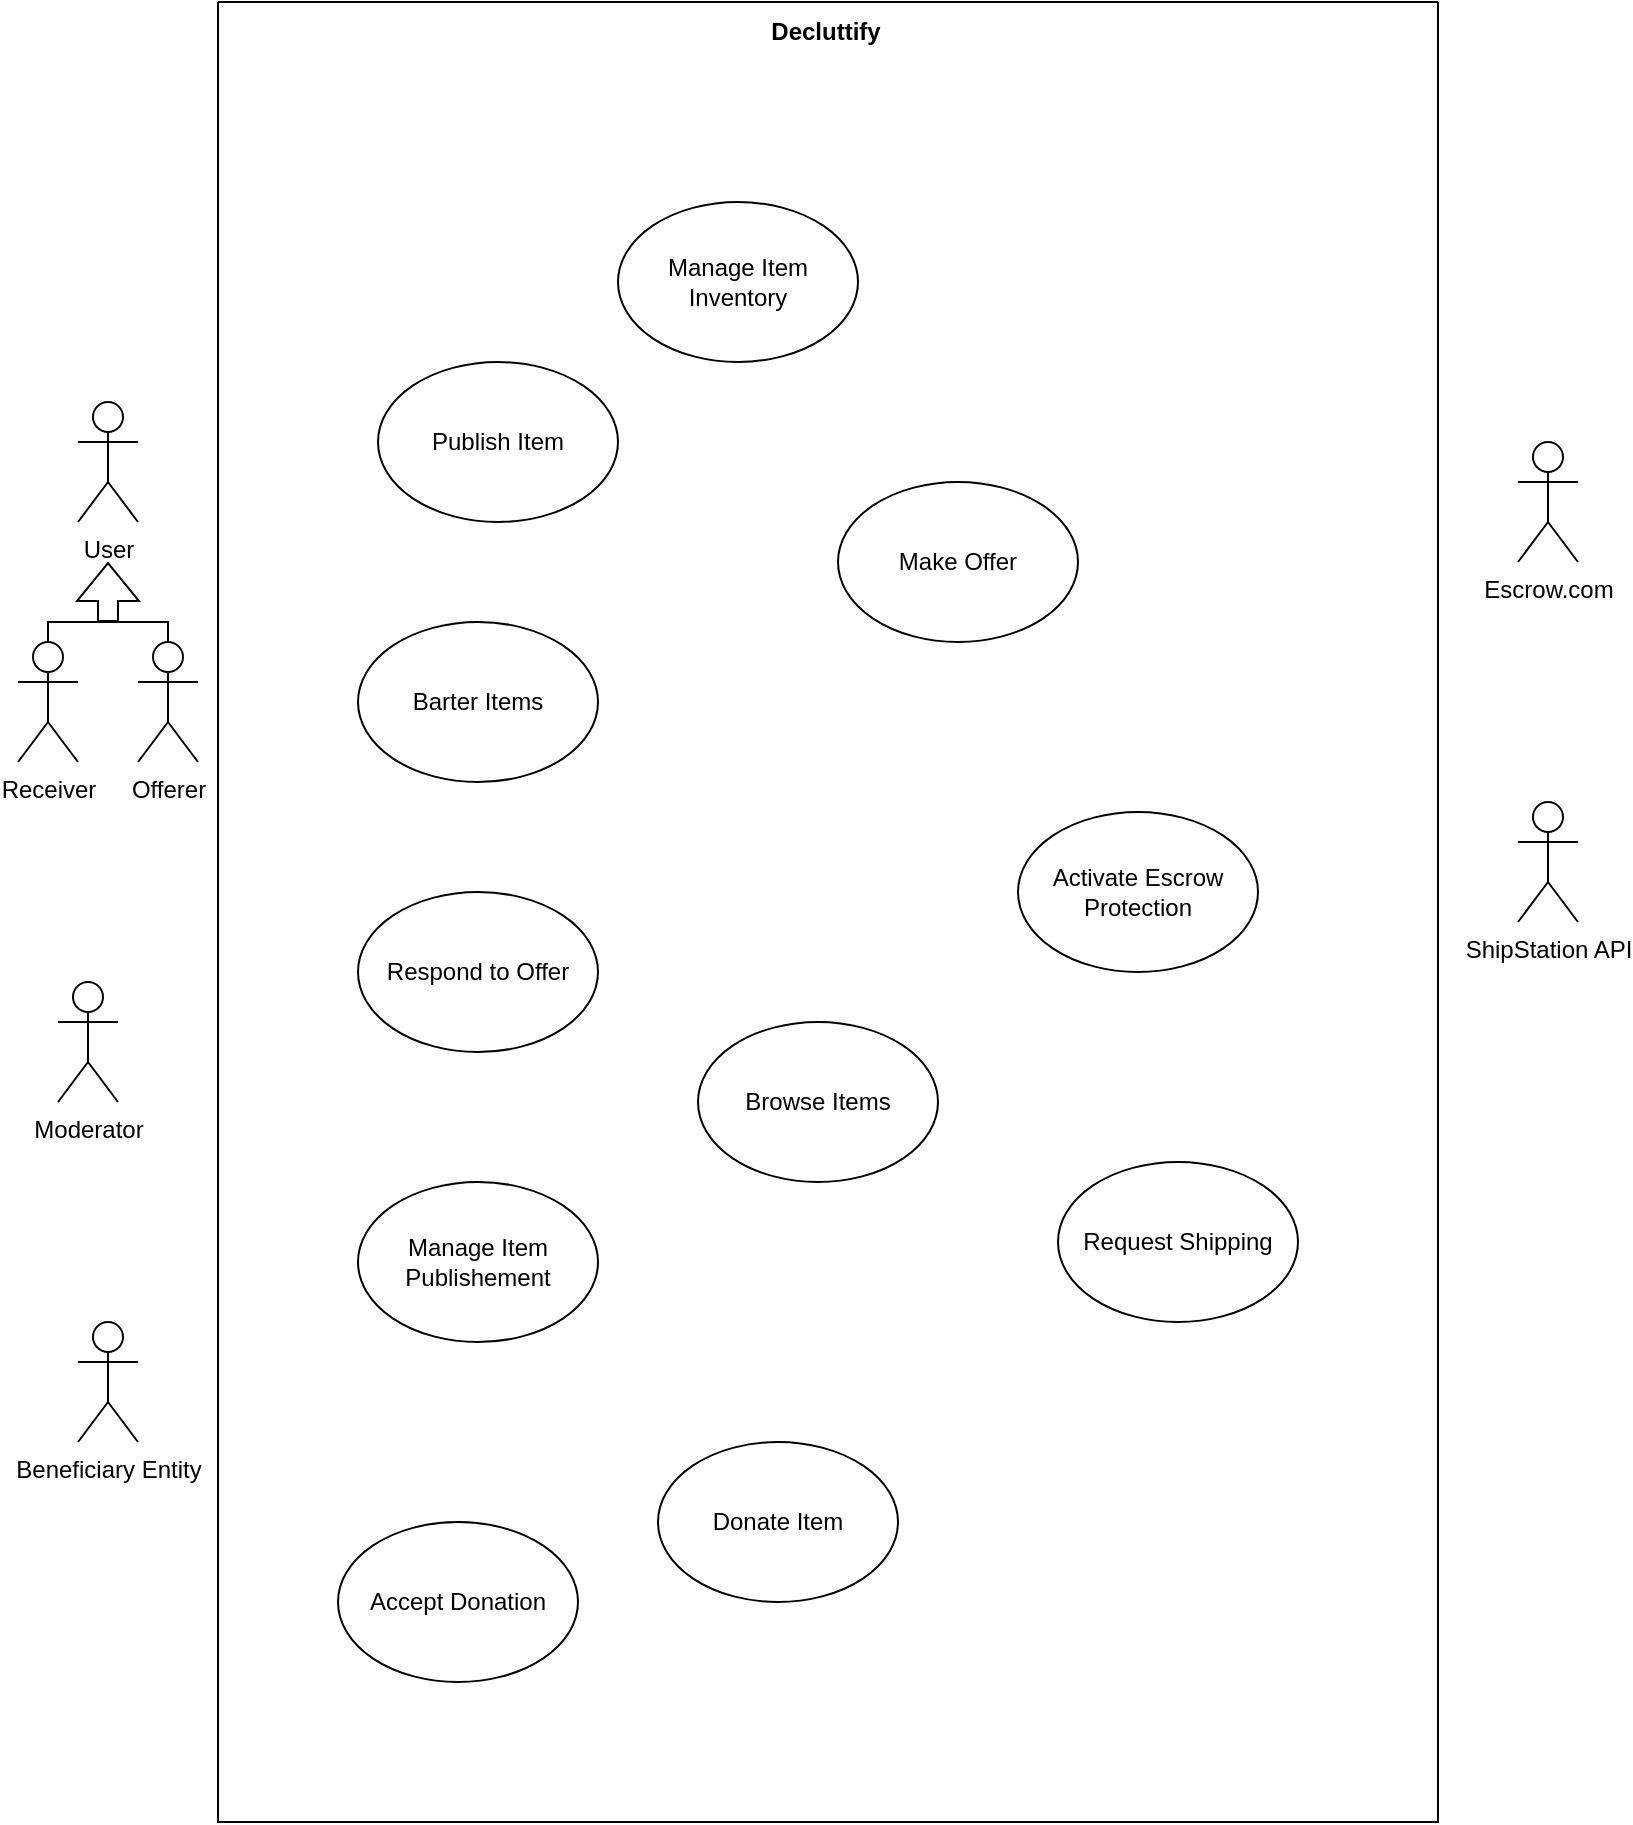
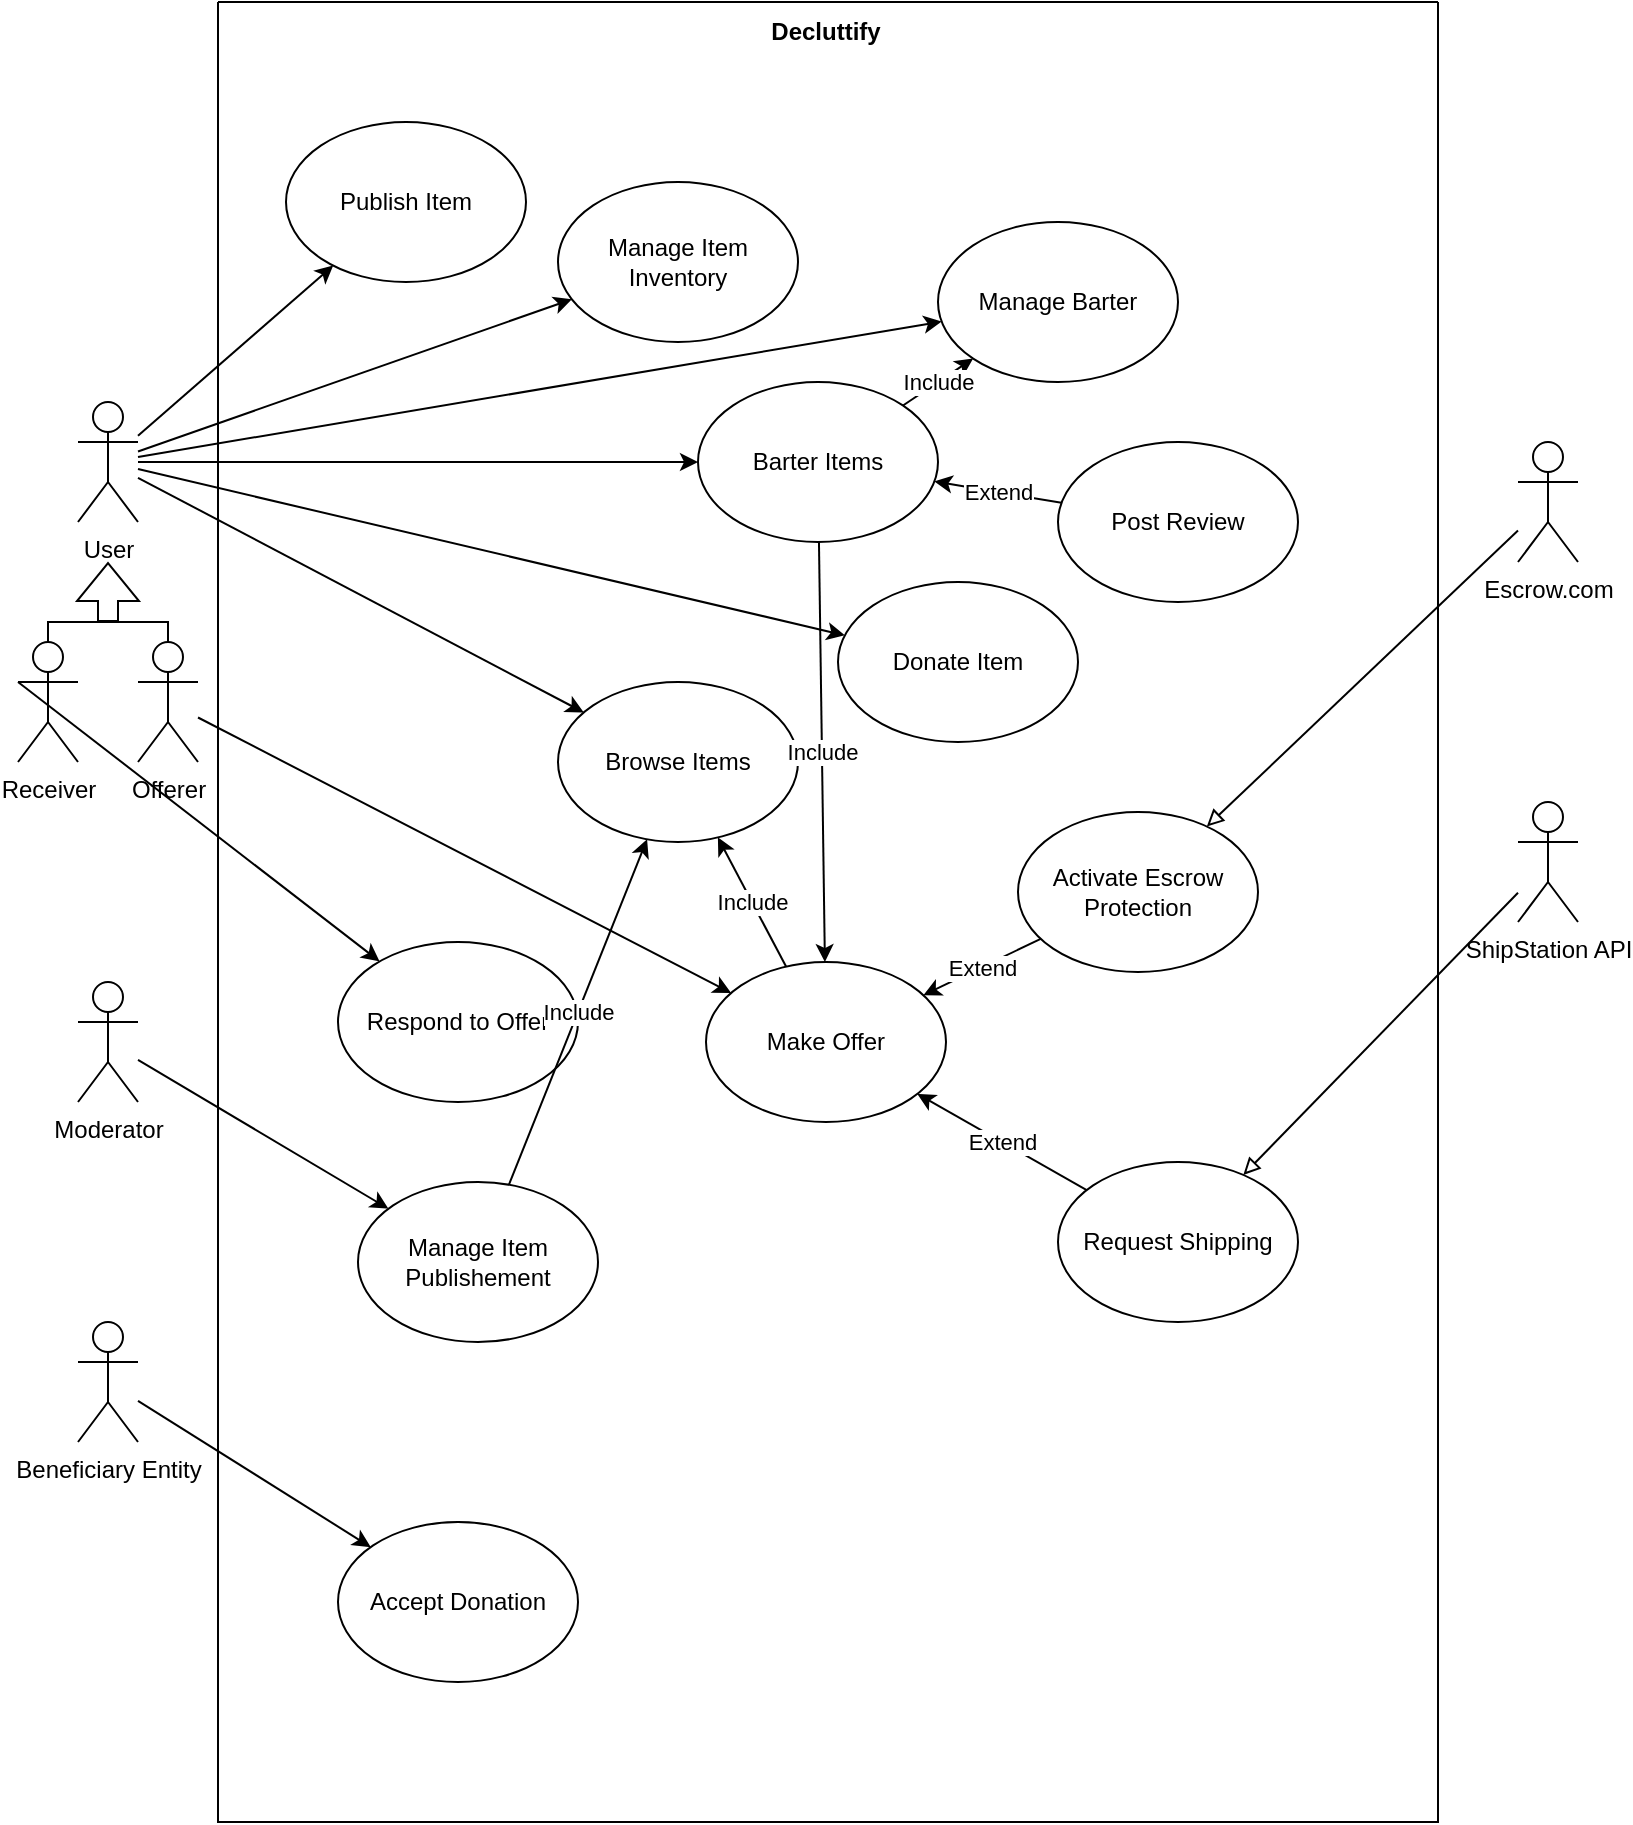
<mxfile host="app.diagrams.net">
  <diagram name="Pagina-1" id="lBEZxqTGqjM1sgic3xvy">
    <mxGraphModel dx="2000" dy="1138" grid="1" gridSize="10" guides="1" tooltips="1" connect="1" arrows="1" fold="1" page="1" pageScale="1" pageWidth="827" pageHeight="1169" math="0" shadow="0">
      <root>
        <mxCell id="0" />
        <mxCell id="1" parent="0" />
        <mxCell id="J09ckFeXd-orHBUEzoB2-1" parent="1" style="swimlane;startSize=0;" value="" vertex="1">
          <mxGeometry height="910" width="610" x="110" y="140" as="geometry" />
        </mxCell>
        <mxCell id="J09ckFeXd-orHBUEzoB2-2" parent="J09ckFeXd-orHBUEzoB2-1" style="text;html=1;whiteSpace=wrap;strokeColor=none;fillColor=none;align=center;verticalAlign=middle;rounded=0;" value="&lt;b&gt;Decluttify&lt;/b&gt;" vertex="1">
          <mxGeometry height="30" width="60" x="274" as="geometry" />
        </mxCell>
        <mxCell id="J09ckFeXd-orHBUEzoB2-8" parent="J09ckFeXd-orHBUEzoB2-1" style="ellipse;whiteSpace=wrap;html=1;" value="Barter Items" vertex="1">
-           <mxGeometry height="80" width="120" x="70" y="310" as="geometry" />
+           <mxGeometry height="80" width="120" x="240" y="190" as="geometry" />
        </mxCell>
        <mxCell id="J09ckFeXd-orHBUEzoB2-9" parent="J09ckFeXd-orHBUEzoB2-1" style="ellipse;whiteSpace=wrap;html=1;" value="Publish Item" vertex="1">
-           <mxGeometry height="80" width="120" x="80" y="180" as="geometry" />
+           <mxGeometry height="80" width="120" x="34" y="60" as="geometry" />
        </mxCell>
        <mxCell id="J09ckFeXd-orHBUEzoB2-10" parent="J09ckFeXd-orHBUEzoB2-1" style="ellipse;whiteSpace=wrap;html=1;" value="Respond to Offer" vertex="1">
-           <mxGeometry height="80" width="120" x="70" y="445" as="geometry" />
+           <mxGeometry height="80" width="120" x="60" y="470" as="geometry" />
        </mxCell>
        <mxCell id="J09ckFeXd-orHBUEzoB2-17" parent="J09ckFeXd-orHBUEzoB2-1" style="ellipse;whiteSpace=wrap;html=1;" value="Manage Item Publishement" vertex="1">
          <mxGeometry height="80" width="120" x="70" y="590" as="geometry" />
        </mxCell>
        <mxCell id="J09ckFeXd-orHBUEzoB2-18" parent="J09ckFeXd-orHBUEzoB2-1" style="ellipse;whiteSpace=wrap;html=1;" value="Request Shipping" vertex="1">
          <mxGeometry height="80" width="120" x="420" y="580" as="geometry" />
        </mxCell>
        <mxCell id="J09ckFeXd-orHBUEzoB2-12" parent="J09ckFeXd-orHBUEzoB2-1" style="ellipse;whiteSpace=wrap;html=1;" value="Activate Escrow Protection" vertex="1">
          <mxGeometry height="80" width="120" x="400" y="405" as="geometry" />
        </mxCell>
-         <mxCell id="J09ckFeXd-orHBUEzoB2-19" parent="J09ckFeXd-orHBUEzoB2-1" style="ellipse;whiteSpace=wrap;html=1;" value="Browse Items" vertex="1">
-           <mxGeometry height="80" width="120" x="240" y="510" as="geometry" />
-         </mxCell>
        <mxCell id="J09ckFeXd-orHBUEzoB2-30" parent="J09ckFeXd-orHBUEzoB2-1" style="ellipse;whiteSpace=wrap;html=1;" value="Accept Donation" vertex="1">
          <mxGeometry height="80" width="120" x="60" y="760" as="geometry" />
        </mxCell>
        <mxCell id="J09ckFeXd-orHBUEzoB2-29" parent="J09ckFeXd-orHBUEzoB2-1" style="ellipse;whiteSpace=wrap;html=1;" value="Donate Item" vertex="1">
-           <mxGeometry height="80" width="120" x="220" y="720" as="geometry" />
+           <mxGeometry height="80" width="120" x="310" y="290" as="geometry" />
        </mxCell>
        <mxCell id="J09ckFeXd-orHBUEzoB2-31" parent="J09ckFeXd-orHBUEzoB2-1" style="ellipse;whiteSpace=wrap;html=1;" value="Manage Item Inventory" vertex="1">
-           <mxGeometry height="80" width="120" x="200" y="100" as="geometry" />
+           <mxGeometry height="80" width="120" x="170" y="90" as="geometry" />
+         </mxCell>
+         <mxCell id="J09ckFeXd-orHBUEzoB2-11" parent="J09ckFeXd-orHBUEzoB2-1" style="ellipse;whiteSpace=wrap;html=1;" value="Make Offer" vertex="1">
+           <mxGeometry height="80" width="120" x="244" y="480" as="geometry" />
+         </mxCell>
+         <mxCell id="J09ckFeXd-orHBUEzoB2-32" parent="J09ckFeXd-orHBUEzoB2-1" style="ellipse;whiteSpace=wrap;html=1;" value="Manage Barter" vertex="1">
+           <mxGeometry height="80" width="120" x="360" y="110" as="geometry" />
+         </mxCell>
+         <mxCell id="J09ckFeXd-orHBUEzoB2-19" parent="J09ckFeXd-orHBUEzoB2-1" style="ellipse;whiteSpace=wrap;html=1;" value="Browse Items" vertex="1">
+           <mxGeometry height="80" width="120" x="170" y="340" as="geometry" />
+         </mxCell>
+         <mxCell id="J09ckFeXd-orHBUEzoB2-49" edge="1" parent="J09ckFeXd-orHBUEzoB2-1" source="J09ckFeXd-orHBUEzoB2-17" style="endArrow=classic;html=1;rounded=0;" target="J09ckFeXd-orHBUEzoB2-19" value="">
+           <mxGeometry relative="1" as="geometry">
+             <mxPoint x="60" y="500" as="sourcePoint" />
+             <mxPoint x="160" y="500" as="targetPoint" />
+           </mxGeometry>
+         </mxCell>
+         <mxCell id="J09ckFeXd-orHBUEzoB2-50" connectable="0" parent="J09ckFeXd-orHBUEzoB2-49" style="edgeLabel;resizable=0;html=1;;align=center;verticalAlign=middle;" value="Include" vertex="1">
+           <mxGeometry relative="1" as="geometry" />
+         </mxCell>
+         <mxCell id="J09ckFeXd-orHBUEzoB2-54" edge="1" parent="J09ckFeXd-orHBUEzoB2-1" source="J09ckFeXd-orHBUEzoB2-11" style="endArrow=classic;html=1;rounded=0;" target="J09ckFeXd-orHBUEzoB2-19" value="">
+           <mxGeometry relative="1" as="geometry">
+             <mxPoint x="330" y="852" as="sourcePoint" />
+             <mxPoint x="400" y="680" as="targetPoint" />
+           </mxGeometry>
+         </mxCell>
+         <mxCell id="J09ckFeXd-orHBUEzoB2-55" connectable="0" parent="J09ckFeXd-orHBUEzoB2-54" style="edgeLabel;resizable=0;html=1;;align=center;verticalAlign=middle;" value="Include" vertex="1">
+           <mxGeometry relative="1" as="geometry" />
+         </mxCell>
+         <mxCell id="J09ckFeXd-orHBUEzoB2-56" edge="1" parent="J09ckFeXd-orHBUEzoB2-1" source="J09ckFeXd-orHBUEzoB2-8" style="endArrow=classic;html=1;rounded=0;" target="J09ckFeXd-orHBUEzoB2-11" value="">
+           <mxGeometry relative="1" as="geometry">
+             <mxPoint x="280" y="912" as="sourcePoint" />
+             <mxPoint x="350" y="740" as="targetPoint" />
+           </mxGeometry>
+         </mxCell>
+         <mxCell id="J09ckFeXd-orHBUEzoB2-57" connectable="0" parent="J09ckFeXd-orHBUEzoB2-56" style="edgeLabel;resizable=0;html=1;;align=center;verticalAlign=middle;" value="Include" vertex="1">
+           <mxGeometry relative="1" as="geometry" />
+         </mxCell>
+         <mxCell id="J09ckFeXd-orHBUEzoB2-58" edge="1" parent="J09ckFeXd-orHBUEzoB2-1" source="J09ckFeXd-orHBUEzoB2-12" style="endArrow=classic;html=1;rounded=0;" target="J09ckFeXd-orHBUEzoB2-11" value="">
+           <mxGeometry relative="1" as="geometry">
+             <mxPoint x="350" y="962" as="sourcePoint" />
+             <mxPoint x="420" y="790" as="targetPoint" />
+           </mxGeometry>
+         </mxCell>
+         <mxCell id="J09ckFeXd-orHBUEzoB2-59" connectable="0" parent="J09ckFeXd-orHBUEzoB2-58" style="edgeLabel;resizable=0;html=1;;align=center;verticalAlign=middle;" value="Extend" vertex="1">
+           <mxGeometry relative="1" as="geometry" />
+         </mxCell>
+         <mxCell id="J09ckFeXd-orHBUEzoB2-61" edge="1" parent="J09ckFeXd-orHBUEzoB2-1" source="J09ckFeXd-orHBUEzoB2-18" style="endArrow=classic;html=1;rounded=0;" target="J09ckFeXd-orHBUEzoB2-11" value="">
+           <mxGeometry relative="1" as="geometry">
+             <mxPoint x="340" y="862" as="sourcePoint" />
+             <mxPoint x="410" y="690" as="targetPoint" />
+           </mxGeometry>
+         </mxCell>
+         <mxCell id="J09ckFeXd-orHBUEzoB2-62" connectable="0" parent="J09ckFeXd-orHBUEzoB2-61" style="edgeLabel;resizable=0;html=1;;align=center;verticalAlign=middle;" value="Extend" vertex="1">
+           <mxGeometry relative="1" as="geometry" />
+         </mxCell>
+         <mxCell id="J09ckFeXd-orHBUEzoB2-63" parent="J09ckFeXd-orHBUEzoB2-1" style="ellipse;whiteSpace=wrap;html=1;" value="Post Review" vertex="1">
+           <mxGeometry height="80" width="120" x="420" y="220" as="geometry" />
+         </mxCell>
+         <mxCell id="J09ckFeXd-orHBUEzoB2-64" edge="1" parent="J09ckFeXd-orHBUEzoB2-1" source="J09ckFeXd-orHBUEzoB2-63" style="endArrow=classic;html=1;rounded=0;" target="J09ckFeXd-orHBUEzoB2-8" value="">
+           <mxGeometry relative="1" as="geometry">
+             <mxPoint x="414" y="818" as="sourcePoint" />
+             <mxPoint x="330" y="770" as="targetPoint" />
+           </mxGeometry>
+         </mxCell>
+         <mxCell id="J09ckFeXd-orHBUEzoB2-65" connectable="0" parent="J09ckFeXd-orHBUEzoB2-64" style="edgeLabel;resizable=0;html=1;;align=center;verticalAlign=middle;" value="Extend" vertex="1">
+           <mxGeometry relative="1" as="geometry" />
+         </mxCell>
+         <mxCell id="J09ckFeXd-orHBUEzoB2-66" edge="1" parent="J09ckFeXd-orHBUEzoB2-1" source="J09ckFeXd-orHBUEzoB2-8" style="endArrow=classic;html=1;rounded=0;" target="J09ckFeXd-orHBUEzoB2-32" value="">
+           <mxGeometry relative="1" as="geometry">
+             <mxPoint x="310" y="710" as="sourcePoint" />
+             <mxPoint x="313" y="920" as="targetPoint" />
+           </mxGeometry>
+         </mxCell>
+         <mxCell id="J09ckFeXd-orHBUEzoB2-67" connectable="0" parent="J09ckFeXd-orHBUEzoB2-66" style="edgeLabel;resizable=0;html=1;;align=center;verticalAlign=middle;" value="Include" vertex="1">
+           <mxGeometry relative="1" as="geometry" />
        </mxCell>
        <mxCell id="J09ckFeXd-orHBUEzoB2-3" parent="1" style="shape=umlActor;verticalLabelPosition=bottom;verticalAlign=top;html=1;outlineConnect=0;" value="User" vertex="1">
          <mxGeometry height="60" width="30" x="40" y="340" as="geometry" />
        </mxCell>
        <mxCell id="J09ckFeXd-orHBUEzoB2-4" parent="1" style="shape=umlActor;verticalLabelPosition=bottom;verticalAlign=top;html=1;outlineConnect=0;" value="Receiver" vertex="1">
          <mxGeometry height="60" width="30" x="10" y="460" as="geometry" />
        </mxCell>
        <mxCell id="J09ckFeXd-orHBUEzoB2-5" parent="1" style="shape=umlActor;verticalLabelPosition=bottom;verticalAlign=top;html=1;outlineConnect=0;" value="Offerer" vertex="1">
          <mxGeometry height="60" width="30" x="70" y="460" as="geometry" />
        </mxCell>
        <mxCell id="J09ckFeXd-orHBUEzoB2-6" edge="1" parent="1" style="shape=flexArrow;endArrow=classic;html=1;rounded=0;" value="">
          <mxGeometry height="50" relative="1" width="50" as="geometry">
            <mxPoint x="55" y="450" as="sourcePoint" />
            <mxPoint x="55" y="420" as="targetPoint" />
          </mxGeometry>
        </mxCell>
        <mxCell id="J09ckFeXd-orHBUEzoB2-7" edge="1" parent="1" source="J09ckFeXd-orHBUEzoB2-4" style="endArrow=none;html=1;rounded=0;" target="J09ckFeXd-orHBUEzoB2-5" value="">
          <mxGeometry height="50" relative="1" width="50" as="geometry">
            <Array as="points">
              <mxPoint x="25" y="450" />
              <mxPoint x="60" y="450" />
              <mxPoint x="85" y="450" />
            </Array>
            <mxPoint x="30" y="450" as="sourcePoint" />
            <mxPoint x="80" y="450" as="targetPoint" />
          </mxGeometry>
        </mxCell>
-         <mxCell id="J09ckFeXd-orHBUEzoB2-11" parent="1" style="ellipse;whiteSpace=wrap;html=1;" value="Make Offer" vertex="1">
-           <mxGeometry height="80" width="120" x="420" y="380" as="geometry" />
-         </mxCell>
        <mxCell id="J09ckFeXd-orHBUEzoB2-13" parent="1" style="shape=umlActor;verticalLabelPosition=bottom;verticalAlign=top;html=1;outlineConnect=0;" value="Escrow.com" vertex="1">
          <mxGeometry height="60" width="30" x="760" y="360" as="geometry" />
        </mxCell>
        <mxCell id="J09ckFeXd-orHBUEzoB2-14" parent="1" style="shape=umlActor;verticalLabelPosition=bottom;verticalAlign=top;html=1;outlineConnect=0;" value="ShipStation API" vertex="1">
          <mxGeometry height="60" width="30" x="760" y="540" as="geometry" />
        </mxCell>
        <mxCell id="J09ckFeXd-orHBUEzoB2-15" parent="1" style="shape=umlActor;verticalLabelPosition=bottom;verticalAlign=top;html=1;outlineConnect=0;" value="Moderator" vertex="1">
-           <mxGeometry height="60" width="30" x="30" y="630" as="geometry" />
+           <mxGeometry height="60" width="30" x="40" y="630" as="geometry" />
        </mxCell>
        <mxCell id="J09ckFeXd-orHBUEzoB2-16" parent="1" style="shape=umlActor;verticalLabelPosition=bottom;verticalAlign=top;html=1;outlineConnect=0;" value="Beneficiary Entity" vertex="1">
          <mxGeometry height="60" width="30" x="40" y="800" as="geometry" />
+         </mxCell>
+         <mxCell id="J09ckFeXd-orHBUEzoB2-35" edge="1" parent="1" source="J09ckFeXd-orHBUEzoB2-3" style="endArrow=classic;html=1;rounded=0;" target="J09ckFeXd-orHBUEzoB2-8" value="">
+           <mxGeometry height="50" relative="1" width="50" as="geometry">
+             <mxPoint x="190" y="670" as="sourcePoint" />
+             <mxPoint x="240" y="620" as="targetPoint" />
+           </mxGeometry>
+         </mxCell>
+         <mxCell id="J09ckFeXd-orHBUEzoB2-36" edge="1" parent="1" source="J09ckFeXd-orHBUEzoB2-14" style="endArrow=block;html=1;rounded=0;endFill=0;" target="J09ckFeXd-orHBUEzoB2-18" value="">
+           <mxGeometry height="50" relative="1" width="50" as="geometry">
+             <mxPoint x="190" y="670" as="sourcePoint" />
+             <mxPoint x="240" y="620" as="targetPoint" />
+           </mxGeometry>
+         </mxCell>
+         <mxCell id="J09ckFeXd-orHBUEzoB2-37" edge="1" parent="1" source="J09ckFeXd-orHBUEzoB2-13" style="endArrow=block;html=1;rounded=0;endFill=0;" target="J09ckFeXd-orHBUEzoB2-12" value="">
+           <mxGeometry height="50" relative="1" width="50" as="geometry">
+             <mxPoint x="190" y="670" as="sourcePoint" />
+             <mxPoint x="240" y="620" as="targetPoint" />
+           </mxGeometry>
+         </mxCell>
+         <mxCell id="J09ckFeXd-orHBUEzoB2-38" edge="1" parent="1" source="J09ckFeXd-orHBUEzoB2-15" style="endArrow=classic;html=1;rounded=0;" target="J09ckFeXd-orHBUEzoB2-17" value="">
+           <mxGeometry height="50" relative="1" width="50" as="geometry">
+             <mxPoint x="190" y="670" as="sourcePoint" />
+             <mxPoint x="240" y="620" as="targetPoint" />
+           </mxGeometry>
+         </mxCell>
+         <mxCell id="J09ckFeXd-orHBUEzoB2-39" edge="1" parent="1" source="J09ckFeXd-orHBUEzoB2-16" style="endArrow=classic;html=1;rounded=0;" target="J09ckFeXd-orHBUEzoB2-30" value="">
+           <mxGeometry height="50" relative="1" width="50" as="geometry">
+             <mxPoint x="190" y="670" as="sourcePoint" />
+             <mxPoint x="240" y="620" as="targetPoint" />
+           </mxGeometry>
+         </mxCell>
+         <mxCell id="J09ckFeXd-orHBUEzoB2-40" edge="1" parent="1" source="J09ckFeXd-orHBUEzoB2-3" style="endArrow=classic;html=1;rounded=0;" target="J09ckFeXd-orHBUEzoB2-19" value="">
+           <mxGeometry height="50" relative="1" width="50" as="geometry">
+             <mxPoint x="190" y="670" as="sourcePoint" />
+             <mxPoint x="240" y="620" as="targetPoint" />
+           </mxGeometry>
+         </mxCell>
+         <mxCell id="J09ckFeXd-orHBUEzoB2-41" edge="1" parent="1" source="J09ckFeXd-orHBUEzoB2-3" style="endArrow=classic;html=1;rounded=0;" target="J09ckFeXd-orHBUEzoB2-9" value="">
+           <mxGeometry height="50" relative="1" width="50" as="geometry">
+             <mxPoint x="190" y="670" as="sourcePoint" />
+             <mxPoint x="240" y="620" as="targetPoint" />
+           </mxGeometry>
+         </mxCell>
+         <mxCell id="J09ckFeXd-orHBUEzoB2-42" edge="1" parent="1" source="J09ckFeXd-orHBUEzoB2-3" style="endArrow=classic;html=1;rounded=0;" target="J09ckFeXd-orHBUEzoB2-31" value="">
+           <mxGeometry height="50" relative="1" width="50" as="geometry">
+             <mxPoint x="190" y="670" as="sourcePoint" />
+             <mxPoint x="240" y="620" as="targetPoint" />
+           </mxGeometry>
+         </mxCell>
+         <mxCell id="J09ckFeXd-orHBUEzoB2-43" edge="1" parent="1" source="J09ckFeXd-orHBUEzoB2-5" style="endArrow=classic;html=1;rounded=0;" target="J09ckFeXd-orHBUEzoB2-11" value="">
+           <mxGeometry height="50" relative="1" width="50" as="geometry">
+             <mxPoint x="190" y="670" as="sourcePoint" />
+             <mxPoint x="240" y="620" as="targetPoint" />
+           </mxGeometry>
+         </mxCell>
+         <mxCell id="J09ckFeXd-orHBUEzoB2-45" edge="1" parent="1" source="J09ckFeXd-orHBUEzoB2-3" style="endArrow=classic;html=1;rounded=0;" target="J09ckFeXd-orHBUEzoB2-32" value="">
+           <mxGeometry height="50" relative="1" width="50" as="geometry">
+             <mxPoint x="190" y="670" as="sourcePoint" />
+             <mxPoint x="240" y="620" as="targetPoint" />
+           </mxGeometry>
+         </mxCell>
+         <mxCell id="J09ckFeXd-orHBUEzoB2-46" edge="1" parent="1" source="J09ckFeXd-orHBUEzoB2-4" style="endArrow=classic;html=1;rounded=0;exitX=0;exitY=0.3333333333333333;exitDx=0;exitDy=0;exitPerimeter=0;" target="J09ckFeXd-orHBUEzoB2-10" value="">
+           <mxGeometry height="50" relative="1" width="50" as="geometry">
+             <mxPoint x="190" y="670" as="sourcePoint" />
+             <mxPoint x="240" y="620" as="targetPoint" />
+           </mxGeometry>
+         </mxCell>
+         <mxCell id="J09ckFeXd-orHBUEzoB2-47" edge="1" parent="1" source="J09ckFeXd-orHBUEzoB2-3" style="endArrow=classic;html=1;rounded=0;" target="J09ckFeXd-orHBUEzoB2-29" value="">
+           <mxGeometry height="50" relative="1" width="50" as="geometry">
+             <mxPoint x="190" y="670" as="sourcePoint" />
+             <mxPoint x="240" y="620" as="targetPoint" />
+           </mxGeometry>
        </mxCell>
      </root>
    </mxGraphModel>
  </diagram>
</mxfile>
